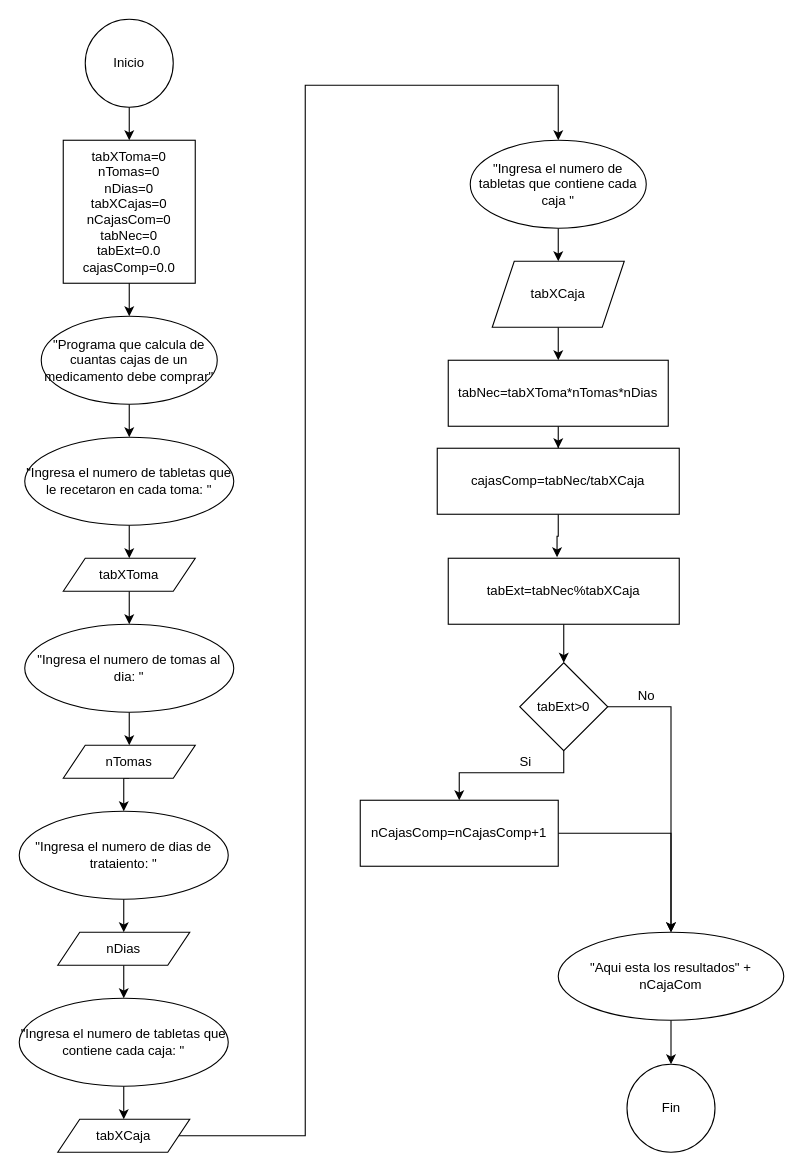
GhostDopFerB/dwdwd keeps this draw.io diagram as 5.- Cajas Medicamento.drawio. Above is the earlier version. Source tidied: cells renumbered, new cells numbered last; positions are measured from the earlier drawing's top-left corner, leaving out a move shared by most shapes. Both pictures are drawn from the tidied source at 110%, with x=0, y=0 at pixel (19, 19).
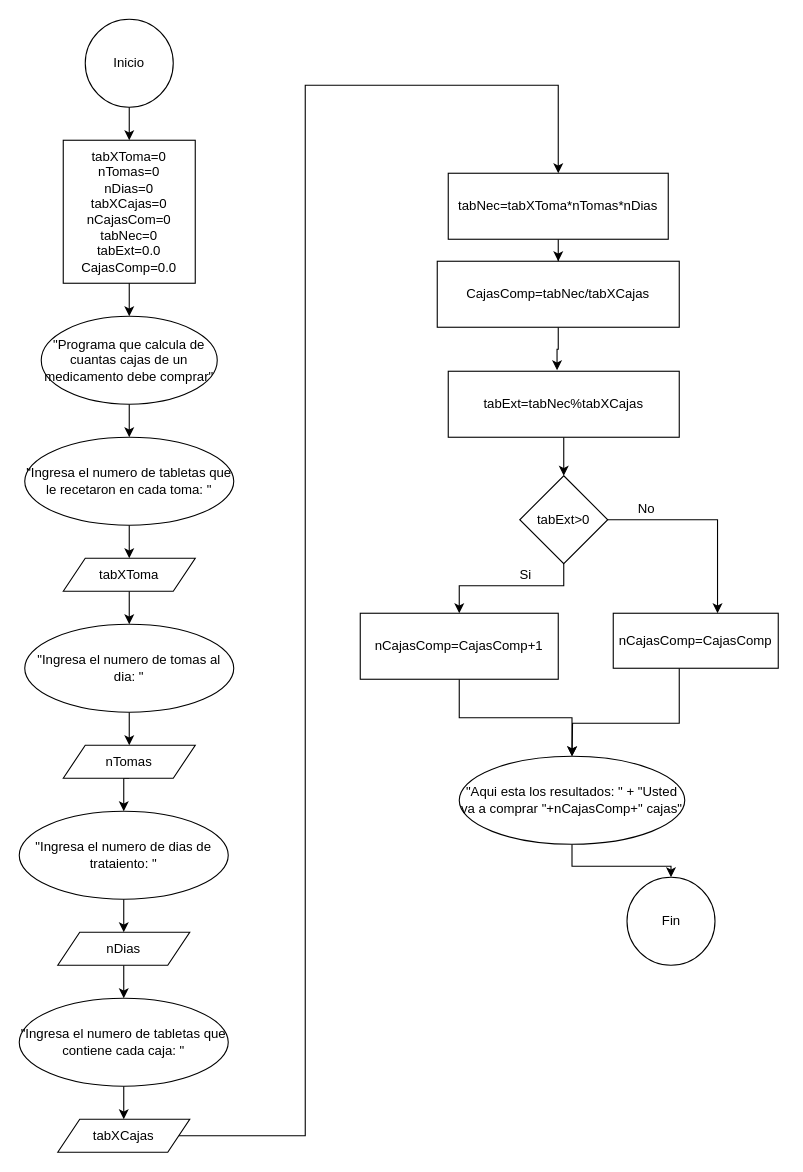
The same page after the edit.

The edit, as a diff of the source:
```diff
@@
-    <mxCell id="4" value="tabXToma=0&lt;br&gt;nTomas=0&lt;br&gt;nDias=0&lt;br&gt;tabXCajas=0&lt;br&gt;nCajasCom=0&lt;br&gt;tabNec=0&lt;br&gt;tabExt=0.0&lt;br&gt;cajasComp=0.0" style="rounded=0;whiteSpace=wrap;html=1;" parent="1" vertex="1">
+    <mxCell id="4" value="tabXToma=0&lt;br&gt;nTomas=0&lt;br&gt;nDias=0&lt;br&gt;tabXCajas=0&lt;br&gt;nCajasCom=0&lt;br&gt;tabNec=0&lt;br&gt;tabExt=0.0&lt;br&gt;CajasComp=0.0" style="rounded=0;whiteSpace=wrap;html=1;" parent="1" vertex="1">
       <mxGeometry x="40" y="110" width="120" height="130" as="geometry" />
     </mxCell>
@@
     <mxCell id="16" style="edgeStyle=orthogonalEdgeStyle;rounded=0;jettySize=auto;html=1;exitX=0.5;exitY=1;exitDx=0;exitDy=0;entryX=0.5;entryY=0;entryDx=0;entryDy=0;" parent="1" edge="1" source="18" target="24">
       <mxGeometry relative="1" as="geometry">
         <Array as="points">
-          <mxPoint x="495" y="685" />
-          <mxPoint x="400" y="685" />
+          <mxPoint x="495" y="515" />
+          <mxPoint x="400" y="515" />
         </Array>
       </mxGeometry>
     </mxCell>
-    <mxCell id="17" style="edgeStyle=orthogonalEdgeStyle;rounded=0;jettySize=auto;html=1;exitX=1;exitY=0.5;exitDx=0;exitDy=0;entryX=0.5;entryY=0;entryDx=0;entryDy=0;" parent="1" edge="1" source="18" target="43">
-      <mxGeometry relative="1" as="geometry" />
-    </mxCell>
+    <mxCell id="44" style="edgeStyle=orthogonalEdgeStyle;rounded=0;jettySize=auto;html=1;entryX=0.632;entryY=0;entryDx=0;entryDy=0;entryPerimeter=0;" parent="1" edge="1" source="18" target="46">
+      <mxGeometry relative="1" as="geometry" />
+    </mxCell>
     <mxCell id="18" value="tabExt&amp;gt;0" style="rhombus;whiteSpace=wrap;html=1;" parent="1" vertex="1">
-      <mxGeometry x="455" y="585" width="80" height="80" as="geometry" />
+      <mxGeometry x="455" y="415" width="80" height="80" as="geometry" />
     </mxCell>
@@
     <mxCell id="20" value="tabNec=tabXToma*nTomas*nDias" style="rounded=0;whiteSpace=wrap;html=1;" parent="1" vertex="1">
-      <mxGeometry x="390" y="310" width="200" height="60" as="geometry" />
+      <mxGeometry x="390" y="140" width="200" height="60" as="geometry" />
     </mxCell>
     <mxCell id="21" value="Si" style="text;html=1;align=center;verticalAlign=middle;" parent="1" vertex="1">
-      <mxGeometry x="445" y="665" width="30" height="20" as="geometry" />
+      <mxGeometry x="445" y="495" width="30" height="20" as="geometry" />
     </mxCell>
     <mxCell id="22" value="No" style="text;html=1;align=center;verticalAlign=middle;" parent="1" vertex="1">
-      <mxGeometry x="555" y="605" width="30" height="20" as="geometry" />
+      <mxGeometry x="555" y="435" width="30" height="20" as="geometry" />
     </mxCell>
     <mxCell id="23" style="edgeStyle=orthogonalEdgeStyle;rounded=0;jettySize=auto;html=1;entryX=0.5;entryY=0;entryDx=0;entryDy=0;" parent="1" edge="1" source="24" target="43">
-      <mxGeometry relative="1" as="geometry">
-        <Array as="points">
-          <mxPoint x="593" y="740" />
-        </Array>
-      </mxGeometry>
+      <mxGeometry relative="1" as="geometry" />
     </mxCell>
-    <mxCell id="24" value="nCajasComp=nCajasComp+1" style="whiteSpace=wrap;html=1;" parent="1" vertex="1">
-      <mxGeometry x="310" y="710" width="180" height="60" as="geometry" />
+    <mxCell id="24" value="nCajasComp=CajasComp+1" style="whiteSpace=wrap;html=1;" parent="1" vertex="1">
+      <mxGeometry x="310" y="540" width="180" height="60" as="geometry" />
     </mxCell>
     <mxCell id="25" value="Fin" style="ellipse;whiteSpace=wrap;html=1;" parent="1" vertex="1">
-      <mxGeometry x="552.5" y="950" width="80" height="80" as="geometry" />
+      <mxGeometry x="552.5" y="780" width="80" height="80" as="geometry" />
     </mxCell>
@@
-    <mxCell id="32" style="edgeStyle=orthogonalEdgeStyle;rounded=0;jettySize=auto;html=1;" parent="1" edge="1" source="33">
+    <mxCell id="32" style="edgeStyle=orthogonalEdgeStyle;rounded=0;jettySize=auto;html=1;entryX=0.5;entryY=0;entryDx=0;entryDy=0;" parent="1" edge="1" source="33" target="20">
       <mxGeometry relative="1" as="geometry">
-        <mxPoint x="490" y="110" as="targetPoint" />
         <Array as="points">
           <mxPoint x="260" y="1015" />
           <mxPoint x="260" y="60" />
+          <mxPoint x="490" y="60" />
         </Array>
       </mxGeometry>
     </mxCell>
-    <mxCell id="33" value="tabXCaja" style="shape=parallelogram;perimeter=parallelogramPerimeter;whiteSpace=wrap;html=1;fixedSize=1;" parent="1" vertex="1">
+    <mxCell id="33" value="tabXCajas" style="shape=parallelogram;perimeter=parallelogramPerimeter;whiteSpace=wrap;html=1;fixedSize=1;" parent="1" vertex="1">
       <mxGeometry x="35" y="1000" width="120" height="30" as="geometry" />
     </mxCell>
-    <mxCell id="34" style="edgeStyle=orthogonalEdgeStyle;rounded=0;jettySize=auto;html=1;" parent="1" edge="1" source="35" target="37">
-      <mxGeometry relative="1" as="geometry" />
-    </mxCell>
-    <mxCell id="35" value="&quot;Ingresa el numero de tabletas que contiene cada caja &quot;" style="ellipse;whiteSpace=wrap;html=1;" parent="1" vertex="1">
-      <mxGeometry x="410" y="110" width="160" height="80" as="geometry" />
-    </mxCell>
-    <mxCell id="36" style="edgeStyle=orthogonalEdgeStyle;rounded=0;jettySize=auto;html=1;" parent="1" edge="1" source="37" target="20">
-      <mxGeometry relative="1" as="geometry" />
-    </mxCell>
-    <mxCell id="37" value="tabXCaja" style="shape=parallelogram;perimeter=parallelogramPerimeter;whiteSpace=wrap;html=1;fixedSize=1;" parent="1" vertex="1">
-      <mxGeometry x="430" y="220" width="120" height="60" as="geometry" />
-    </mxCell>
@@
-    <mxCell id="39" value="cajasComp=tabNec/tabXCaja" style="rounded=0;whiteSpace=wrap;html=1;" parent="1" vertex="1">
-      <mxGeometry x="380" y="390" width="220" height="60" as="geometry" />
+    <mxCell id="39" value="CajasComp=tabNec/tabXCajas" style="rounded=0;whiteSpace=wrap;html=1;" parent="1" vertex="1">
+      <mxGeometry x="380" y="220" width="220" height="60" as="geometry" />
     </mxCell>
@@
-    <mxCell id="41" value="tabExt=tabNec%tabXCaja" style="rounded=0;whiteSpace=wrap;html=1;" parent="1" vertex="1">
-      <mxGeometry x="390" y="490" width="210" height="60" as="geometry" />
+    <mxCell id="41" value="tabExt=tabNec%tabXCajas" style="rounded=0;whiteSpace=wrap;html=1;" parent="1" vertex="1">
+      <mxGeometry x="390" y="320" width="210" height="60" as="geometry" />
     </mxCell>
@@
-    <mxCell id="43" value="&quot;Aqui esta los resultados&quot; + nCajaCom" style="ellipse;whiteSpace=wrap;html=1;" parent="1" vertex="1">
-      <mxGeometry x="490" y="830" width="205" height="80" as="geometry" />
+    <mxCell id="43" value="&quot;Aqui esta los resultados: &quot; + &quot;Usted va a comprar &quot;+nCajasComp+&quot; cajas&quot;" style="ellipse;whiteSpace=wrap;html=1;" parent="1" vertex="1">
+      <mxGeometry x="400" y="670" width="205" height="80" as="geometry" />
     </mxCell>
+    <mxCell id="45" style="edgeStyle=orthogonalEdgeStyle;rounded=0;jettySize=auto;html=1;" parent="1" edge="1" source="46" target="43">
+      <mxGeometry relative="1" as="geometry">
+        <Array as="points">
+          <mxPoint x="600" y="640" />
+          <mxPoint x="503" y="640" />
+        </Array>
+      </mxGeometry>
+    </mxCell>
+    <mxCell id="46" value="nCajasComp=CajasComp" style="rounded=0;whiteSpace=wrap;html=1;" parent="1" vertex="1">
+      <mxGeometry x="540" y="540" width="150" height="50" as="geometry" />
+    </mxCell>
```
